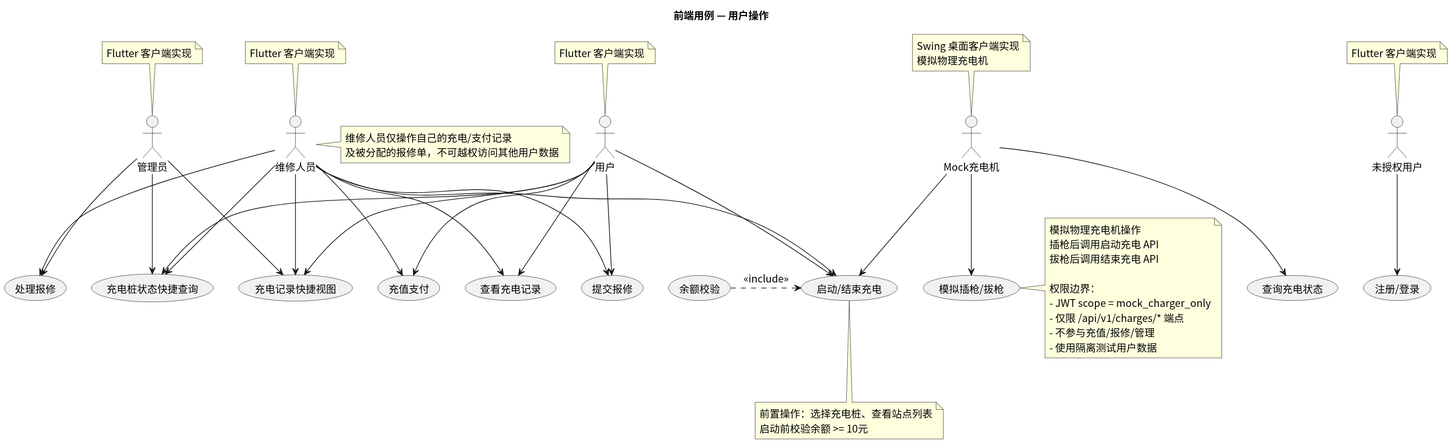
Above: usecase/docs/frontend/img/frontend_usecases.svg in greenhandzdl/charging-station-doc (PlantUML), before the change. Source of this version:
```plantuml
@startuml
skinparam defaultFontName "Noto Sans CJK SC"
skinparam defaultFontSize 14
title 前端用例 — 用户操作
skinparam useCaseShape rectangle

actor "未授权用户" as G
actor "用户" as U
actor "维修人员" as M
actor "管理员" as A
actor "Mock充电机" as MC

note top of G : Flutter 客户端实现
note top of U : Flutter 客户端实现
note top of M : Flutter 客户端实现
note top of A : Flutter 客户端实现
note top of MC : Swing 桌面客户端实现\n模拟物理充电机

usecase "注册/登录" as LOG
usecase "启动/结束充电" as CS
usecase "余额校验" as BC
usecase "充值支付" as PAY
usecase "查看充电记录" as VCR
usecase "提交报修" as SRT
usecase "处理报修" as HR
usecase "充电记录快捷视图" as QV
usecase "充电桩状态快捷查询" as QC
usecase "模拟插枪/拔枪" as MOC
usecase "查询充电状态" as QCS

G --> LOG
U --> CS
U --> PAY
U --> VCR
U --> SRT
U --> QV
U --> QC
M --> CS
M --> PAY
M --> VCR
M --> SRT
M --> HR
note right of M : 维修人员仅操作自己的充电/支付记录\n及被分配的报修单，不可越权访问其他用户数据
CS <.left. BC : <<include>>
note bottom of CS : 前置操作：选择充电桩、查看站点列表\n启动前校验余额 >= 10元
M --> QV
M --> QC
A --> HR
A --> QV
A --> QC
MC --> MOC
MC --> CS
MC --> QCS
note right of MOC : 模拟物理充电机操作\n插枪后调用启动充电 API\n拔枪后调用结束充电 API\n\n权限边界：\n- JWT scope = mock_charger_only\n- 仅限 /api/v1/charges/* 端点\n- 不参与充值/报修/管理\n- 使用隔离测试用户数据
@enduml
```
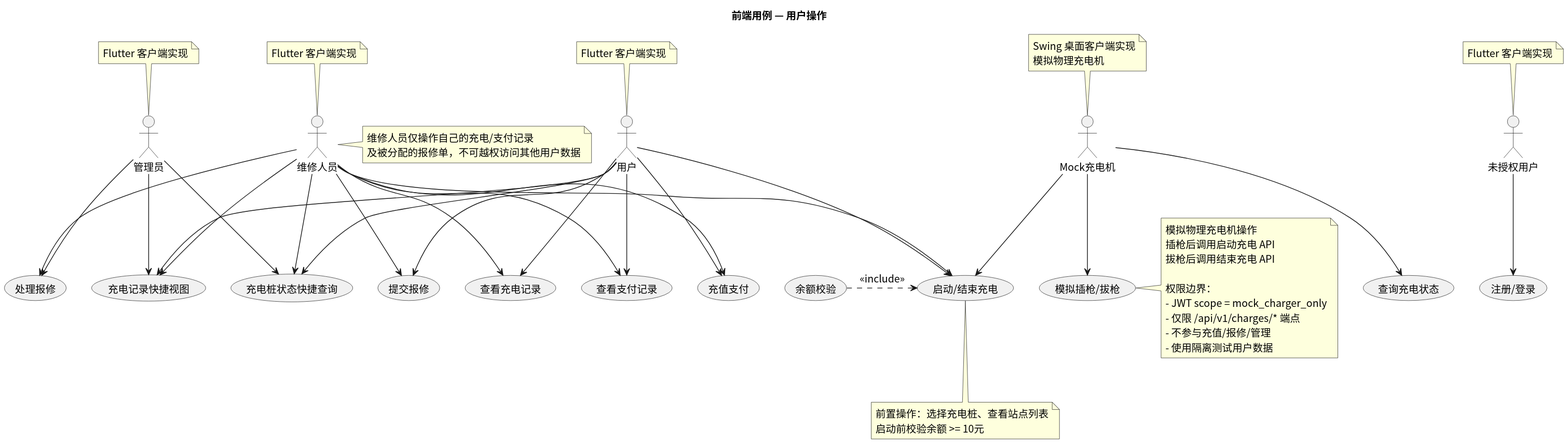
The same diagram one commit later.

What changed in the source:
```diff
@@ -21,6 +21,7 @@
 usecase "余额校验" as BC
 usecase "充值支付" as PAY
 usecase "查看充电记录" as VCR
+usecase "查看支付记录" as VPR
 usecase "提交报修" as SRT
 usecase "处理报修" as HR
 usecase "充电记录快捷视图" as QV
@@ -32,12 +33,14 @@
 U --> CS
 U --> PAY
 U --> VCR
+U --> VPR
 U --> SRT
 U --> QV
 U --> QC
 M --> CS
 M --> PAY
 M --> VCR
+M --> VPR
 M --> SRT
 M --> HR
 note right of M : 维修人员仅操作自己的充电/支付记录\n及被分配的报修单，不可越权访问其他用户数据
```
